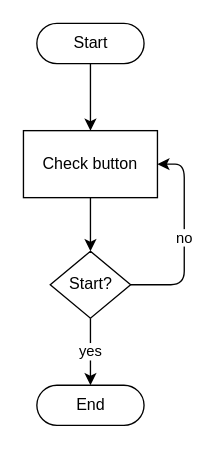
This is page "Idle Start Logic" (4 of 16) of scoring/documentation/Scoring_System_Schematics.drawio from kparlak/dart-scoring-system, a draw.io file, before an edit. Source tidied: cells renumbered, new cells numbered last; positions are measured from the earlier drawing's top-left corner, leaving out a move shared by most shapes. Both pictures are drawn from the tidied source at 134%, with x=0, y=0 at pixel (23, 23).
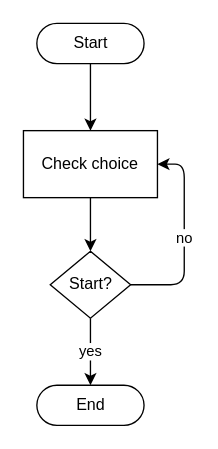
After the change.

Change to the diagram source:
```diff
@@
 <mxGraphModel>
   <root>
     <mxCell id="0" />
     <mxCell id="1" parent="0" />
     <mxCell id="2" style="edgeStyle=orthogonalEdgeStyle;rounded=1;jettySize=auto;html=1;exitX=0.5;exitY=0.5;exitDx=0;exitDy=15;exitPerimeter=0;entryX=0.5;entryY=0;entryDx=0;entryDy=0;strokeColor=#000000;" parent="1" edge="1" source="3" target="6">
       <mxGeometry relative="1" as="geometry" />
     </mxCell>
     <mxCell id="3" value="Start" style="html=1;dashed=0;whitespace=wrap;shape=mxgraph.dfd.start;" parent="1" vertex="1">
       <mxGeometry x="10" width="80" height="30" as="geometry" />
     </mxCell>
     <mxCell id="4" value="End" style="html=1;dashed=0;whitespace=wrap;shape=mxgraph.dfd.start;" parent="1" vertex="1">
       <mxGeometry x="10" y="270" width="80" height="30" as="geometry" />
     </mxCell>
     <mxCell id="5" style="edgeStyle=orthogonalEdgeStyle;rounded=1;jettySize=auto;html=1;exitX=0.5;exitY=1;exitDx=0;exitDy=0;entryX=0.5;entryY=0;entryDx=0;entryDy=0;strokeColor=#000000;" parent="1" edge="1" source="6">
       <mxGeometry relative="1" as="geometry">
         <mxPoint x="50" y="170" as="targetPoint" />
       </mxGeometry>
     </mxCell>
-    <mxCell id="6" value="Check button" style="html=1;dashed=0;whitespace=wrap;whiteSpace=wrap;" parent="1" vertex="1">
+    <mxCell id="6" value="Check choice" style="html=1;dashed=0;whitespace=wrap;whiteSpace=wrap;" parent="1" vertex="1">
       <mxGeometry y="80" width="100" height="50" as="geometry" />
     </mxCell>
     <mxCell id="7" value="yes" style="edgeStyle=orthogonalEdgeStyle;rounded=1;jettySize=auto;html=1;exitX=0.5;exitY=1;exitDx=0;exitDy=0;entryX=0.5;entryY=0.5;entryDx=0;entryDy=-15;entryPerimeter=0;" parent="1" edge="1" source="9" target="4">
       <mxGeometry relative="1" as="geometry" />
     </mxCell>
     <mxCell id="8" value="no" style="edgeStyle=orthogonalEdgeStyle;rounded=1;jettySize=auto;html=1;exitX=1;exitY=0.5;exitDx=0;exitDy=0;entryX=1;entryY=0.5;entryDx=0;entryDy=0;" parent="1" edge="1" source="9" target="6">
       <mxGeometry relative="1" as="geometry">
         <Array as="points">
           <mxPoint x="120" y="195" />
           <mxPoint x="120" y="105" />
         </Array>
       </mxGeometry>
     </mxCell>
     <mxCell id="9" value="Start?" style="shape=rhombus;html=1;dashed=0;whitespace=wrap;perimeter=rhombusPerimeter;" parent="1" vertex="1">
       <mxGeometry x="20" y="170" width="60" height="50" as="geometry" />
     </mxCell>
   </root>
 </mxGraphModel>
```
